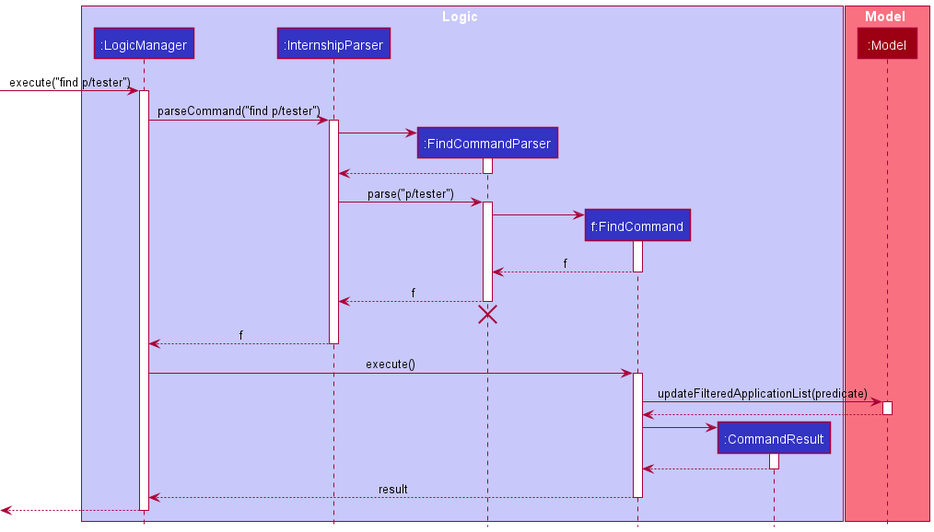
tianyue58/tp keeps this PlantUML diagram as docs/images/umldiagrams/FindSequenceDiagram.png. Above is the earlier version.
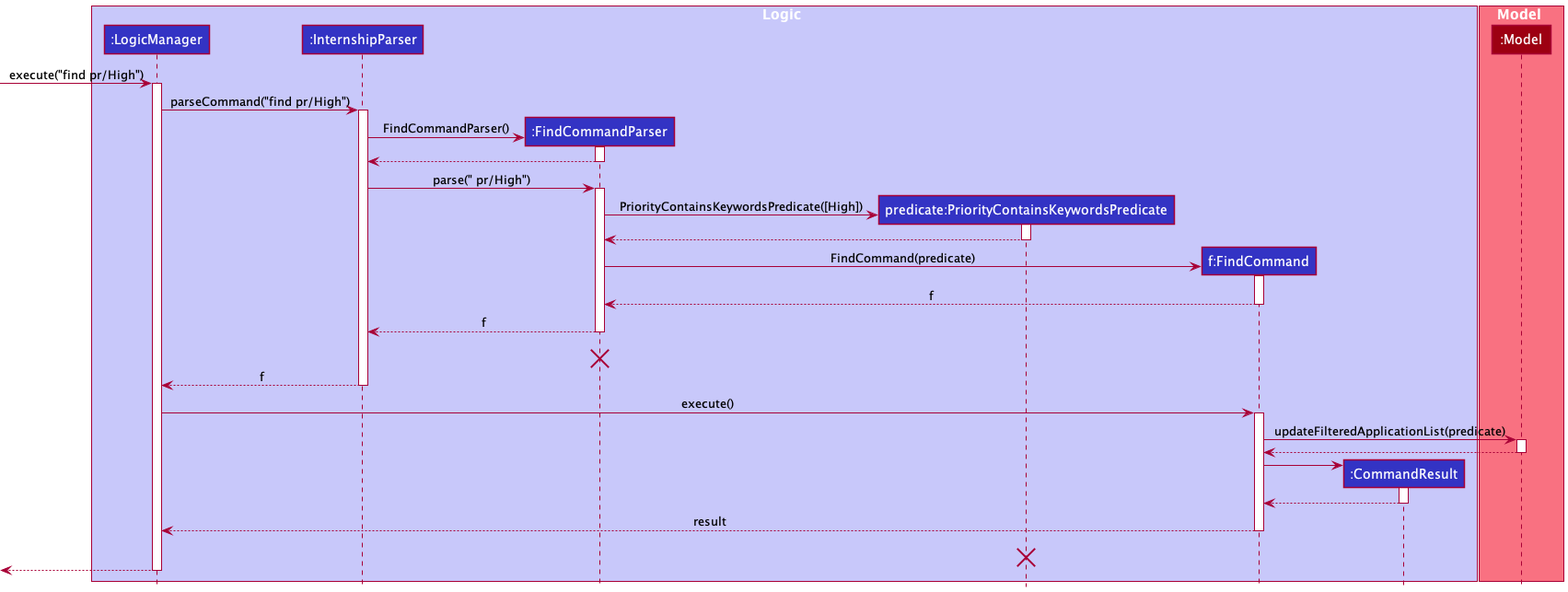
After the commit.

Commit message:
Update DG diagram and use cases for Find Command

What changed in the source:
```diff
@@ -5,32 +5,40 @@
 participant ":LogicManager" as LogicManager LOGIC_COLOR
 participant ":InternshipParser" as InternshipParser LOGIC_COLOR
 participant ":FindCommandParser" as FindCommandParser LOGIC_COLOR
+participant "predicate:PriorityContainsKeywordsPredicate" as PriorityContainsKeywordsPredicate LOGIC_COLOR
 participant "f:FindCommand" as FindCommand LOGIC_COLOR
 participant ":CommandResult" as CommandResult LOGIC_COLOR
 end box
 
 box Model MODEL_COLOR_T1
 participant ":Model" as Model MODEL_COLOR
+
 end box
-
-[-> LogicManager : execute("find p/tester")
+[-> LogicManager : execute("find pr/High")
 activate LogicManager
 
-LogicManager -> InternshipParser : parseCommand("find p/tester")
+LogicManager -> InternshipParser : parseCommand("find pr/High")
 activate InternshipParser
 
 create FindCommandParser
-InternshipParser -> FindCommandParser
+InternshipParser -> FindCommandParser : FindCommandParser()
 activate FindCommandParser
 
 FindCommandParser --> InternshipParser
 deactivate FindCommandParser
 
-InternshipParser -> FindCommandParser : parse("p/tester")
+InternshipParser -> FindCommandParser : parse(" pr/High")
 activate FindCommandParser
 
+create PriorityContainsKeywordsPredicate
+FindCommandParser -> PriorityContainsKeywordsPredicate : PriorityContainsKeywordsPredicate([High])
+activate PriorityContainsKeywordsPredicate
+
+PriorityContainsKeywordsPredicate --> FindCommandParser
+deactivate PriorityContainsKeywordsPredicate
+
 create FindCommand
-FindCommandParser -> FindCommand
+FindCommandParser -> FindCommand : FindCommand(predicate)
 activate FindCommand
 
 FindCommand --> FindCommandParser : f
@@ -38,7 +46,8 @@
 
 FindCommandParser --> InternshipParser : f
 deactivate FindCommandParser
-FindCommandParser -[hidden]-> InternshipParser
+
+FindCommandParser -[hidden]-> LogicManager : return
 destroy FindCommandParser
 
 InternshipParser --> LogicManager : f
@@ -63,6 +72,9 @@
 FindCommand --> LogicManager : result
 deactivate FindCommand
 
+PriorityContainsKeywordsPredicate -[hidden]-> LogicManager : return
+destroy PriorityContainsKeywordsPredicate
+
 [<--LogicManager
 deactivate LogicManager
 @enduml
```
